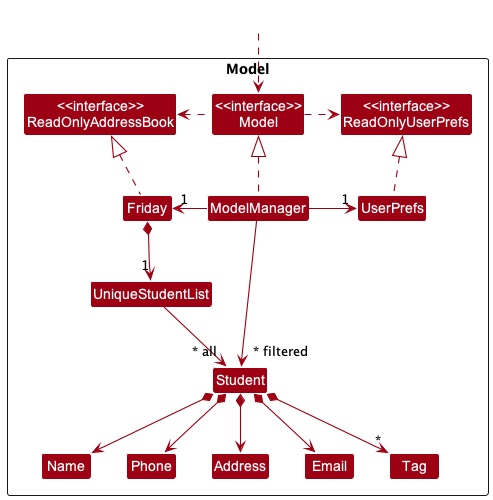
Before: docs/images/ModelClassDiagram.png, a diagram exported from PlantUML (nus-cs2103-AY2223S1/tp).
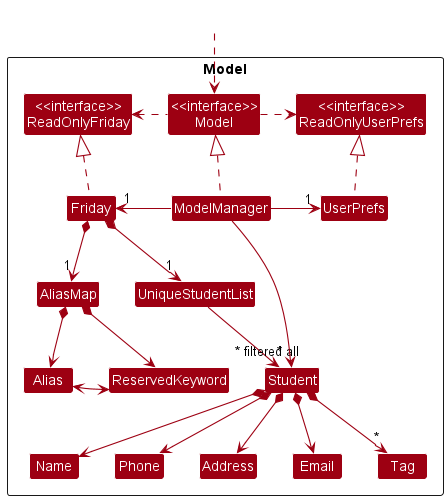
After the commit.

Commit message:
Update Model class diagram with AliasMap, Alias and ReservedKeyword

Change to the diagram source:
```diff
@@ -5,7 +5,7 @@
 skinparam classBackgroundColor MODEL_COLOR
 
 Package Model <<Rectangle>>{
-Class "<<interface>>\nReadOnlyAddressBook" as ReadOnlyAddressBook
+Class "<<interface>>\nReadOnlyFriday" as ReadOnlyFriday
 Class "<<interface>>\nReadOnlyUserPrefs" as ReadOnlyUserPrefs
 Class "<<interface>>\nModel" as Model
 Class Friday
@@ -20,22 +20,31 @@
 Class Phone
 Class Tag
 
+Class AliasMap
+Class Alias
+Class ReservedKeyword
+
 }
 
 Class HiddenOutside #FFFFFF
 HiddenOutside ..> Model
 
-Friday .up.|> ReadOnlyAddressBook
+Friday .up.|> ReadOnlyFriday
 
 ModelManager .up.|> Model
 Model .right.> ReadOnlyUserPrefs
-Model .left.> ReadOnlyAddressBook
+Model .left.> ReadOnlyFriday
 ModelManager -left-> "1" Friday
 ModelManager -right-> "1" UserPrefs
 UserPrefs .up.|> ReadOnlyUserPrefs
 
 Friday *--> "1" UniqueStudentList
+Friday *--> "1" AliasMap
 UniqueStudentList --> "~* all" Student
+AliasMap *--> Alias
+AliasMap *--> ReservedKeyword
+Alias <--> ReservedKeyword
+
 Student *--> Name
 Student *--> Phone
 Student *--> Email
@@ -45,6 +54,7 @@
 Name -[hidden]right-> Phone
 Phone -[hidden]right-> Address
 Address -[hidden]right-> Email
+Alias -[hidden]right-> ReservedKeyword
 
 ModelManager -->"~* filtered" Student
 @enduml
```
